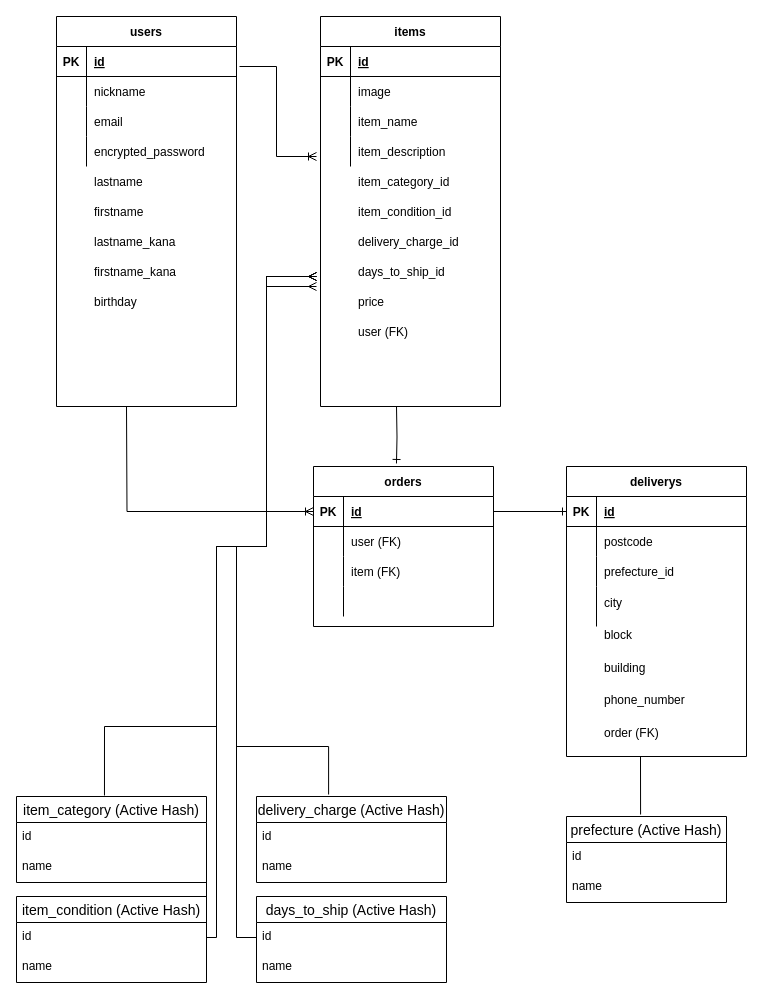
nosadatech/furima-36784 keeps this draw.io diagram as er.dio. Above is the earlier version. Source tidied: cells renumbered, new cells numbered last; positions are measured from the earlier drawing's top-left corner, leaving out a move shared by most shapes. Both pictures are drawn from the tidied source at 100%, with x=0, y=0 at pixel (16, 16).
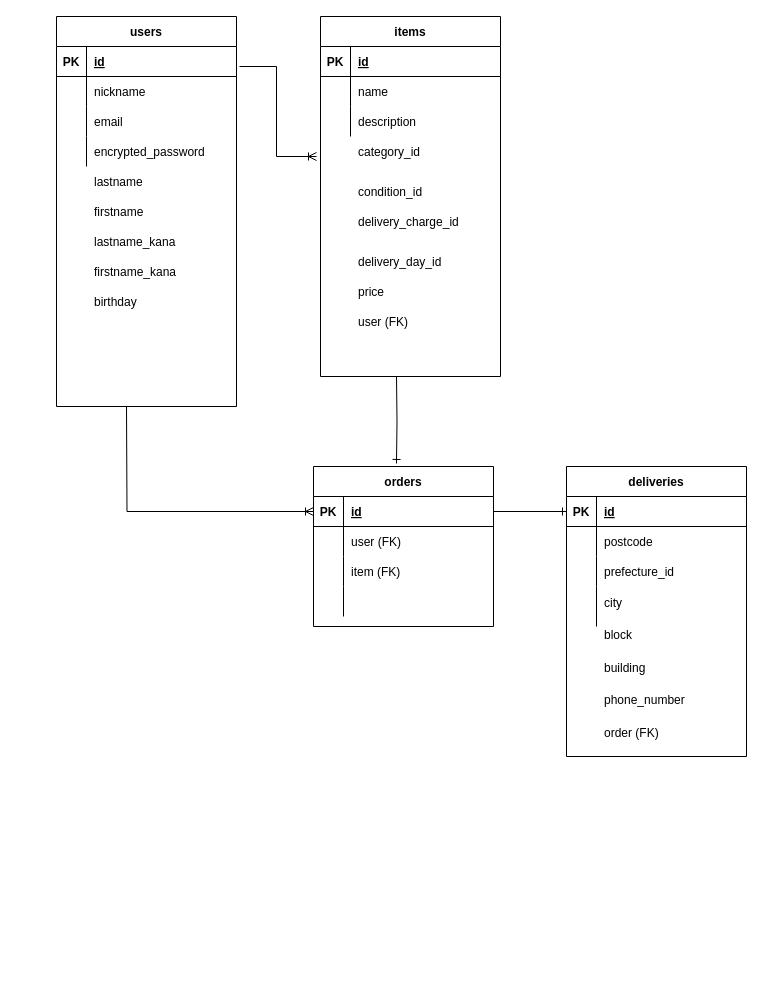
After the change.

Commit message (it also covers changes not shown here):
コードレビュー１回目_指摘内容反映

The change refers to these unchanged cells:
```xml
<mxCell id="32" style="group;" parent="1" vertex="1">
  <mxGeometry x="304" width="180" height="390" as="geometry" />
</mxCell>
<mxCell id="64" value="orders" style="shape=table;startSize=30;childLayout=tableLayout;rowLines=0;fontStyle=1;align=center;" parent="1" vertex="1">
  <mxGeometry x="297" y="450" width="180" height="160" as="geometry" />
</mxCell>
<mxCell id="77" style="group;" parent="1" vertex="1">
  <mxGeometry x="550" y="450" width="180" height="290" as="geometry" />
</mxCell>
```

The edit, as a diff of the source:
```diff
@@
     <mxCell id="33" value="items" style="shape=table;startSize=30;childLayout=tableLayout;rowLines=0;fontStyle=1;align=center;" parent="32" vertex="1">
-      <mxGeometry width="180" height="390" as="geometry" />
+      <mxGeometry width="180" height="360" as="geometry" />
     </mxCell>
@@
-    <mxCell id="37" style="shape=partialRectangle;fillColor=none;top=0;left=0;bottom=0;right=0;" parent="33" vertex="1">
-      <mxGeometry y="60" width="180" height="30" as="geometry" />
-    </mxCell>
-    <mxCell id="38" style="shape=partialRectangle;fillColor=none;top=0;left=0;bottom=0;right=0;overflow=hidden;" parent="37" vertex="1">
-      <mxGeometry width="30" height="30" as="geometry" />
-    </mxCell>
-    <mxCell id="39" value="image" style="shape=partialRectangle;fillColor=none;top=0;left=0;bottom=0;right=0;align=left;spacingLeft=6;overflow=hidden;" parent="37" vertex="1">
-      <mxGeometry x="30" width="150" height="30" as="geometry" />
-    </mxCell>
     <mxCell id="40" style="shape=partialRectangle;fillColor=none;top=0;left=0;bottom=0;right=0;" parent="33" vertex="1">
-      <mxGeometry y="90" width="180" height="30" as="geometry" />
+      <mxGeometry y="60" width="180" height="30" as="geometry" />
     </mxCell>
@@
-    <mxCell id="42" value="item_name" style="shape=partialRectangle;fillColor=none;top=0;left=0;bottom=0;right=0;align=left;spacingLeft=6;overflow=hidden;" parent="40" vertex="1">
+    <mxCell id="42" value="name" style="shape=partialRectangle;fillColor=none;top=0;left=0;bottom=0;right=0;align=left;spacingLeft=6;overflow=hidden;" parent="40" vertex="1">
       <mxGeometry x="30" width="150" height="30" as="geometry" />
     </mxCell>
     <mxCell id="43" style="shape=partialRectangle;fillColor=none;top=0;left=0;bottom=0;right=0;" parent="33" vertex="1">
-      <mxGeometry y="120" width="180" height="30" as="geometry" />
+      <mxGeometry y="90" width="180" height="30" as="geometry" />
     </mxCell>
@@
-    <mxCell id="45" value="item_description" style="shape=partialRectangle;fillColor=none;top=0;left=0;bottom=0;right=0;align=left;spacingLeft=6;overflow=hidden;" parent="43" vertex="1">
+    <mxCell id="45" value="description" style="shape=partialRectangle;fillColor=none;top=0;left=0;bottom=0;right=0;align=left;spacingLeft=6;overflow=hidden;" parent="43" vertex="1">
       <mxGeometry x="30" width="150" height="30" as="geometry" />
     </mxCell>
-    <mxCell id="46" style="shape=partialRectangle;fillColor=none;top=0;left=0;bottom=0;right=0;" parent="32" vertex="1">
-      <mxGeometry y="150" width="180" height="30" as="geometry" />
-    </mxCell>
-    <mxCell id="47" style="shape=partialRectangle;fillColor=none;top=0;left=0;bottom=0;right=0;overflow=hidden;" parent="46" vertex="1">
-      <mxGeometry width="30" height="30" as="geometry" />
-    </mxCell>
-    <mxCell id="48" value="item_category_id" style="shape=partialRectangle;fillColor=none;top=0;left=0;bottom=0;right=0;align=left;spacingLeft=6;overflow=hidden;" parent="46" vertex="1">
-      <mxGeometry x="30" width="150" height="30" as="geometry" />
-    </mxCell>
     <mxCell id="49" style="shape=partialRectangle;fillColor=none;top=0;left=0;bottom=0;right=0;" parent="32" vertex="1">
-      <mxGeometry y="180" width="180" height="30" as="geometry" />
+      <mxGeometry y="160" width="180" height="30" as="geometry" />
     </mxCell>
@@
-    <mxCell id="51" value="item_condition_id" style="shape=partialRectangle;fillColor=none;top=0;left=0;bottom=0;right=0;align=left;spacingLeft=6;overflow=hidden;" parent="49" vertex="1">
+    <mxCell id="51" value="condition_id" style="shape=partialRectangle;fillColor=none;top=0;left=0;bottom=0;right=0;align=left;spacingLeft=6;overflow=hidden;" parent="49" vertex="1">
       <mxGeometry x="30" width="150" height="30" as="geometry" />
     </mxCell>
     <mxCell id="52" style="shape=partialRectangle;fillColor=none;top=0;left=0;bottom=0;right=0;" parent="32" vertex="1">
-      <mxGeometry y="210" width="180" height="30" as="geometry" />
+      <mxGeometry y="190" width="180" height="30" as="geometry" />
     </mxCell>
@@
     <mxCell id="55" style="shape=partialRectangle;fillColor=none;top=0;left=0;bottom=0;right=0;" parent="32" vertex="1">
-      <mxGeometry y="240" width="180" height="30" as="geometry" />
+      <mxGeometry y="230" width="180" height="30" as="geometry" />
     </mxCell>
@@
-    <mxCell id="57" value="days_to_ship_id" style="shape=partialRectangle;fillColor=none;top=0;left=0;bottom=0;right=0;align=left;spacingLeft=6;overflow=hidden;" parent="55" vertex="1">
+    <mxCell id="57" value="delivery_day_id" style="shape=partialRectangle;fillColor=none;top=0;left=0;bottom=0;right=0;align=left;spacingLeft=6;overflow=hidden;" parent="55" vertex="1">
       <mxGeometry x="30" width="150" height="30" as="geometry" />
     </mxCell>
     <mxCell id="58" style="shape=partialRectangle;fillColor=none;top=0;left=0;bottom=0;right=0;" parent="32" vertex="1">
-      <mxGeometry y="270" width="180" height="30" as="geometry" />
+      <mxGeometry y="260" width="180" height="30" as="geometry" />
     </mxCell>
@@
+    <mxCell id="46" style="shape=partialRectangle;fillColor=none;top=0;left=0;bottom=0;right=0;" parent="32" vertex="1">
+      <mxGeometry y="120" width="180" height="30" as="geometry" />
+    </mxCell>
+    <mxCell id="47" style="shape=partialRectangle;fillColor=none;top=0;left=0;bottom=0;right=0;overflow=hidden;" parent="46" vertex="1">
+      <mxGeometry width="30" height="30" as="geometry" />
+    </mxCell>
+    <mxCell id="48" value="category_id" style="shape=partialRectangle;fillColor=none;top=0;left=0;bottom=0;right=0;align=left;spacingLeft=6;overflow=hidden;" parent="46" vertex="1">
+      <mxGeometry x="30" width="150" height="30" as="geometry" />
+    </mxCell>
-    <mxCell id="61" style="shape=partialRectangle;fillColor=none;top=0;left=0;bottom=0;right=0;" parent="1" vertex="1">
-      <mxGeometry x="304" y="300" width="180" height="30" as="geometry" />
+    <mxCell id="61" style="shape=partialRectangle;fillColor=none;top=0;left=0;bottom=0;right=0;" parent="32" vertex="1">
+      <mxGeometry y="290" width="180" height="30" as="geometry" />
     </mxCell>
@@
-    <mxCell id="78" value="deliverys" style="shape=table;startSize=30;childLayout=tableLayout;rowLines=0;fontStyle=1;align=center;" parent="77" vertex="1">
+    <mxCell id="78" value="deliveries" style="shape=table;startSize=30;childLayout=tableLayout;rowLines=0;fontStyle=1;align=center;" parent="77" vertex="1">
       <mxGeometry width="180" height="290" as="geometry" />
     </mxCell>
@@
     <mxCell id="107" style="edgeStyle=orthogonalEdgeStyle;fontSize=12;html=1;endArrow=ERone;endFill=1;entryX=0.461;entryY=-0.019;entryDx=0;entryDy=0;entryPerimeter=0;rounded=0;" parent="1" edge="1" target="64">
       <mxGeometry relative="1" as="geometry">
-        <mxPoint x="380" y="390" as="sourcePoint" />
+        <mxPoint x="380" y="360" as="sourcePoint" />
       </mxGeometry>
     </mxCell>
@@
-    <mxCell id="109" value="prefecture (Active Hash)" style="swimlane;fontStyle=0;horizontal=1;startSize=26;align=center;fontSize=14;" parent="1" vertex="1">
-      <mxGeometry x="550" y="800" width="160" height="86" as="geometry" />
-    </mxCell>
-    <mxCell id="110" value="id" style="text;strokeColor=none;fillColor=none;spacingLeft=4;spacingRight=4;overflow=hidden;fontSize=12;" parent="109" vertex="1">
-      <mxGeometry y="26" width="160" height="30" as="geometry" />
-    </mxCell>
-    <mxCell id="111" value="name" style="text;strokeColor=none;fillColor=none;spacingLeft=4;spacingRight=4;overflow=hidden;fontSize=12;" parent="109" vertex="1">
-      <mxGeometry y="56" width="160" height="30" as="geometry" />
-    </mxCell>
-    <mxCell id="112" value="item_category (Active Hash)" style="swimlane;fontStyle=0;horizontal=1;startSize=26;align=center;fontSize=14;" parent="1" vertex="1">
-      <mxGeometry y="780" width="190" height="86" as="geometry" />
-    </mxCell>
-    <mxCell id="113" value="id" style="text;strokeColor=none;fillColor=none;spacingLeft=4;spacingRight=4;overflow=hidden;points=[[0,0.5],[1,0.5]];portConstraint=eastwest;fontSize=12;" parent="112" vertex="1">
-      <mxGeometry y="26" width="190" height="30" as="geometry" />
-    </mxCell>
-    <mxCell id="114" value="name" style="text;strokeColor=none;fillColor=none;spacingLeft=4;spacingRight=4;overflow=hidden;fontSize=12;" parent="112" vertex="1">
-      <mxGeometry y="56" width="190" height="30" as="geometry" />
-    </mxCell>
-    <mxCell id="115" value="item_condition (Active Hash)" style="swimlane;fontStyle=0;horizontal=1;startSize=26;align=center;fontSize=14;" parent="1" vertex="1">
-      <mxGeometry y="880" width="190" height="86" as="geometry" />
-    </mxCell>
-    <mxCell id="116" value="id" style="text;strokeColor=none;fillColor=none;spacingLeft=4;spacingRight=4;overflow=hidden;fontSize=12;" parent="115" vertex="1">
-      <mxGeometry y="26" width="190" height="30" as="geometry" />
-    </mxCell>
-    <mxCell id="117" value="name" style="text;strokeColor=none;fillColor=none;spacingLeft=4;spacingRight=4;overflow=hidden;fontSize=12;" parent="115" vertex="1">
-      <mxGeometry y="56" width="190" height="30" as="geometry" />
-    </mxCell>
-    <mxCell id="118" value="delivery_charge (Active Hash)" style="swimlane;fontStyle=0;horizontal=1;startSize=26;align=center;fontSize=14;" parent="1" vertex="1">
-      <mxGeometry x="240" y="780" width="190" height="86" as="geometry" />
-    </mxCell>
-    <mxCell id="119" value="id" style="text;strokeColor=none;fillColor=none;spacingLeft=4;spacingRight=4;overflow=hidden;fontSize=12;" parent="118" vertex="1">
-      <mxGeometry y="26" width="190" height="30" as="geometry" />
-    </mxCell>
-    <mxCell id="120" value="name" style="text;strokeColor=none;fillColor=none;spacingLeft=4;spacingRight=4;overflow=hidden;fontSize=12;" parent="118" vertex="1">
-      <mxGeometry y="56" width="190" height="30" as="geometry" />
-    </mxCell>
-    <mxCell id="121" value="days_to_ship (Active Hash)" style="swimlane;fontStyle=0;horizontal=1;startSize=26;align=center;fontSize=14;" parent="1" vertex="1">
-      <mxGeometry x="240" y="880" width="190" height="86" as="geometry" />
-    </mxCell>
-    <mxCell id="122" value="id" style="text;strokeColor=none;fillColor=none;spacingLeft=4;spacingRight=4;overflow=hidden;points=[[0,0.5],[1,0.5]];portConstraint=eastwest;fontSize=12;" parent="121" vertex="1">
-      <mxGeometry y="26" width="190" height="30" as="geometry" />
-    </mxCell>
-    <mxCell id="123" value="name" style="text;strokeColor=none;fillColor=none;spacingLeft=4;spacingRight=4;overflow=hidden;fontSize=12;" parent="121" vertex="1">
-      <mxGeometry y="56" width="190" height="30" as="geometry" />
-    </mxCell>
-    <mxCell id="124" style="endArrow=none;html=1;rounded=0;entryX=0.463;entryY=-0.023;entryDx=0;entryDy=0;entryPerimeter=0;" parent="1" edge="1" target="109">
-      <mxGeometry relative="1" as="geometry">
-        <mxPoint x="624" y="740" as="sourcePoint" />
-      </mxGeometry>
-    </mxCell>
-    <mxCell id="125" style="edgeStyle=orthogonalEdgeStyle;fontSize=12;html=1;endArrow=ERmany;exitX=0.432;exitY=-0.023;exitDx=0;exitDy=0;exitPerimeter=0;rounded=0;" parent="1" edge="1">
-      <mxGeometry relative="1" as="geometry">
-        <mxPoint x="312.1" y="778" as="sourcePoint" />
-        <mxPoint x="300" y="260" as="targetPoint" />
-        <Array as="points">
-          <mxPoint x="312" y="730" />
-          <mxPoint x="220" y="730" />
-          <mxPoint x="220" y="530" />
-          <mxPoint x="250" y="530" />
-          <mxPoint x="250" y="260" />
-        </Array>
-      </mxGeometry>
-    </mxCell>
-    <mxCell id="126" style="edgeStyle=orthogonalEdgeStyle;fontSize=12;html=1;endArrow=ERmany;exitX=1;exitY=0.5;exitDx=0;exitDy=0;rounded=0;startArrow=none;startFill=0;" parent="1" edge="1" source="113">
-      <mxGeometry relative="1" as="geometry">
-        <mxPoint x="300" y="260" as="targetPoint" />
-        <Array as="points">
-          <mxPoint x="200" y="921" />
-          <mxPoint x="200" y="530" />
-          <mxPoint x="250" y="530" />
-          <mxPoint x="250" y="260" />
-        </Array>
-      </mxGeometry>
-    </mxCell>
-    <mxCell id="127" style="edgeStyle=orthogonalEdgeStyle;fontSize=12;html=1;endArrow=ERmany;rounded=0;exitX=0.463;exitY=-0.012;exitDx=0;exitDy=0;exitPerimeter=0;" parent="1" edge="1" source="112">
-      <mxGeometry relative="1" as="geometry">
-        <mxPoint x="300" y="260" as="targetPoint" />
-        <Array as="points">
-          <mxPoint x="88" y="710" />
-          <mxPoint x="200" y="710" />
-          <mxPoint x="200" y="530" />
-          <mxPoint x="250" y="530" />
-          <mxPoint x="250" y="260" />
-        </Array>
-      </mxGeometry>
-    </mxCell>
-    <mxCell id="128" style="edgeStyle=orthogonalEdgeStyle;fontSize=12;html=1;endArrow=ERmany;rounded=0;exitX=0;exitY=0.5;exitDx=0;exitDy=0;" parent="1" edge="1" source="122">
-      <mxGeometry relative="1" as="geometry">
-        <mxPoint x="300" y="270" as="targetPoint" />
-        <Array as="points">
-          <mxPoint x="220" y="921" />
-          <mxPoint x="220" y="530" />
-          <mxPoint x="250" y="530" />
-          <mxPoint x="250" y="270" />
-        </Array>
-      </mxGeometry>
-    </mxCell>
```
